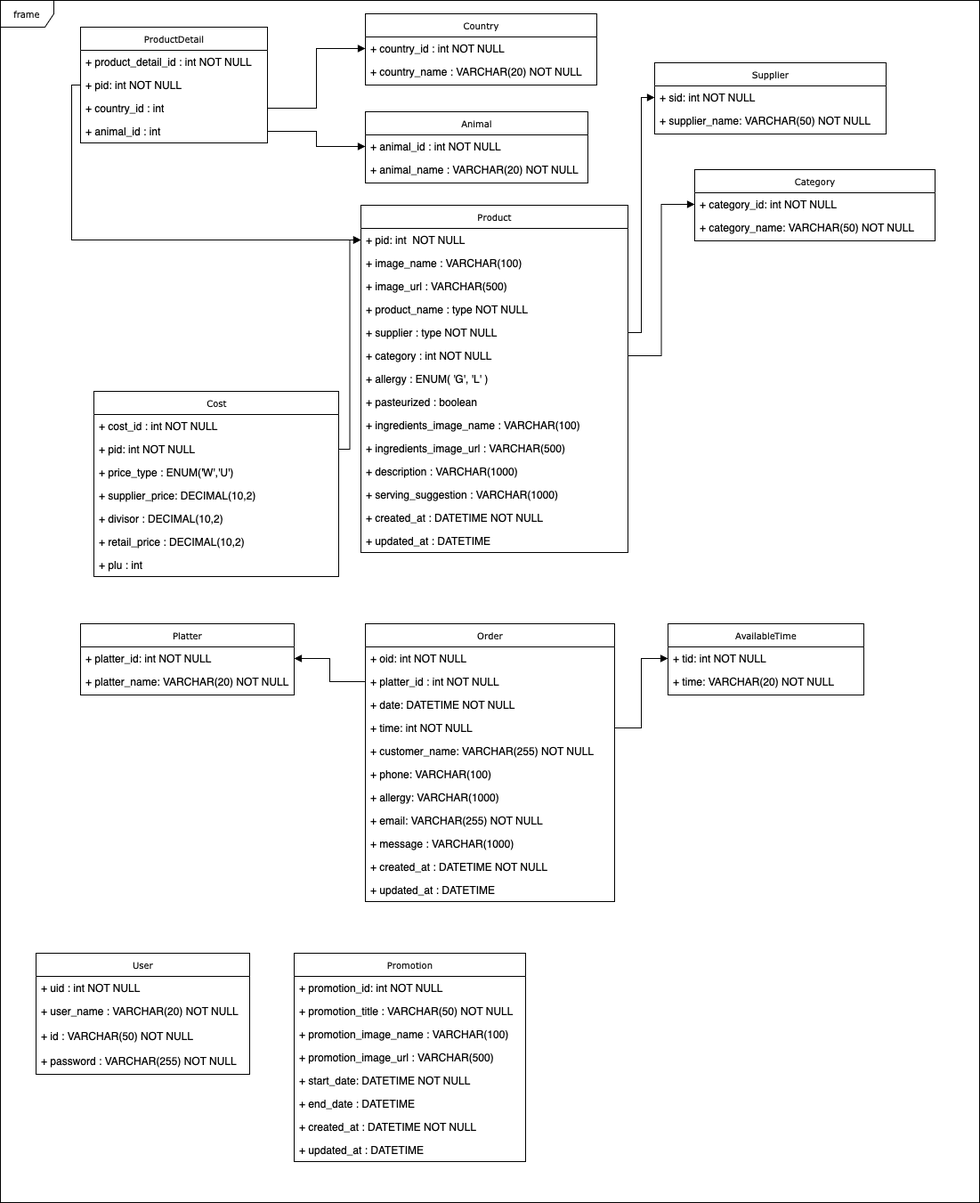
The draw.io diagram document/database-uml.drawio.png in Yunzoo01/linas-deli, before a commit. Source tidied: cells renumbered, new cells last; positions are measured from the earlier drawing's top-left corner, leaving out a move shared by most shapes.
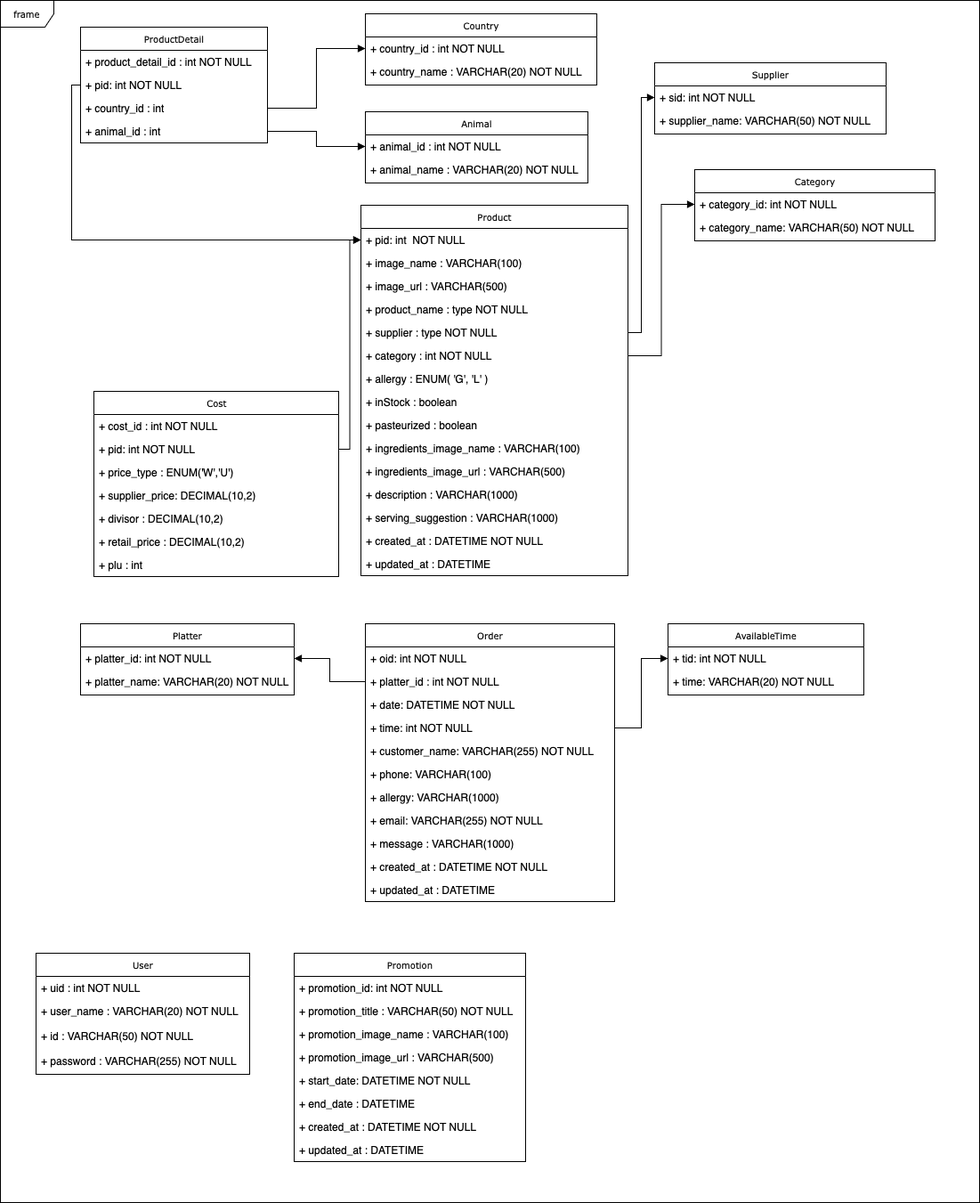
Later version of the same file.

The edit, as a diff of the source:
```diff
@@ -6,7 +6,7 @@
       <mxGeometry width="1100" height="1350" as="geometry" />
     </mxCell>
     <mxCell id="3" value="Product" style="swimlane;html=1;fontStyle=0;horizontal=1;startSize=26;fillColor=none;swimlaneFillColor=#ffffff;rounded=0;shadow=0;comic=0;labelBackgroundColor=none;strokeWidth=1;fontFamily=Verdana;fontSize=10;align=center;" parent="1" vertex="1">
-      <mxGeometry x="405" y="230" width="300" height="390" as="geometry" />
+      <mxGeometry x="405" y="230" width="300" height="416" as="geometry" />
     </mxCell>
     <mxCell id="4" value="+ pid: int &amp;nbsp;NOT NULL" style="text;html=1;strokeColor=none;fillColor=none;align=left;verticalAlign=top;spacingLeft=4;spacingRight=4;whiteSpace=wrap;overflow=hidden;points=[[0,0.5],[1,0.5]];portConstraint=eastwest;" parent="3" vertex="1">
       <mxGeometry y="26" width="300" height="26" as="geometry" />
@@ -29,26 +29,29 @@
     <mxCell id="10" value="+ allergy : ENUM( 'G', 'L' )&amp;nbsp;" style="text;html=1;strokeColor=none;fillColor=none;align=left;verticalAlign=top;spacingLeft=4;spacingRight=4;whiteSpace=wrap;overflow=hidden;" parent="3" vertex="1">
       <mxGeometry y="182" width="300" height="26" as="geometry" />
     </mxCell>
+    <mxCell id="83" value="+ inStock : boolean&lt;div&gt;&lt;br&gt;&lt;/div&gt;" style="text;html=1;strokeColor=none;fillColor=none;align=left;verticalAlign=top;spacingLeft=4;spacingRight=4;whiteSpace=wrap;overflow=hidden;" parent="3" vertex="1">
+      <mxGeometry y="208" width="300" height="26" as="geometry" />
+    </mxCell>
     <mxCell id="11" value="+ pasteurized : boolean&amp;nbsp;" style="text;html=1;strokeColor=none;fillColor=none;align=left;verticalAlign=top;spacingLeft=4;spacingRight=4;whiteSpace=wrap;overflow=hidden;" parent="3" vertex="1">
-      <mxGeometry y="208" width="300" height="26" as="geometry" />
+      <mxGeometry y="234" width="300" height="26" as="geometry" />
     </mxCell>
     <mxCell id="12" value="+ ingredients_image_name : VARCHAR(100)&amp;nbsp;" style="text;html=1;strokeColor=none;fillColor=none;align=left;verticalAlign=top;spacingLeft=4;spacingRight=4;whiteSpace=wrap;overflow=hidden;" parent="3" vertex="1">
-      <mxGeometry y="234" width="300" height="26" as="geometry" />
+      <mxGeometry y="260" width="300" height="26" as="geometry" />
     </mxCell>
     <mxCell id="13" value="+ ingredients_image_url : VARCHAR(500)&amp;nbsp;" style="text;html=1;strokeColor=none;fillColor=none;align=left;verticalAlign=top;spacingLeft=4;spacingRight=4;whiteSpace=wrap;overflow=hidden;" parent="3" vertex="1">
-      <mxGeometry y="260" width="300" height="26" as="geometry" />
+      <mxGeometry y="286" width="300" height="26" as="geometry" />
     </mxCell>
     <mxCell id="14" value="+ description : VARCHAR(1000)&amp;nbsp;" style="text;html=1;strokeColor=none;fillColor=none;align=left;verticalAlign=top;spacingLeft=4;spacingRight=4;whiteSpace=wrap;overflow=hidden;" parent="3" vertex="1">
-      <mxGeometry y="286" width="300" height="26" as="geometry" />
+      <mxGeometry y="312" width="300" height="26" as="geometry" />
     </mxCell>
     <mxCell id="15" value="+ serving_suggestion : VARCHAR(1000)&amp;nbsp;" style="text;html=1;strokeColor=none;fillColor=none;align=left;verticalAlign=top;spacingLeft=4;spacingRight=4;whiteSpace=wrap;overflow=hidden;" parent="3" vertex="1">
-      <mxGeometry y="312" width="300" height="26" as="geometry" />
+      <mxGeometry y="338" width="300" height="26" as="geometry" />
     </mxCell>
     <mxCell id="16" value="+ created_at : DATETIME NOT NULL" style="text;html=1;strokeColor=none;fillColor=none;align=left;verticalAlign=top;spacingLeft=4;spacingRight=4;whiteSpace=wrap;overflow=hidden;" parent="3" vertex="1">
-      <mxGeometry y="338" width="300" height="26" as="geometry" />
+      <mxGeometry y="364" width="300" height="26" as="geometry" />
     </mxCell>
     <mxCell id="17" value="+ updated_at : DATETIME&amp;nbsp;" style="text;html=1;strokeColor=none;fillColor=none;align=left;verticalAlign=top;spacingLeft=4;spacingRight=4;whiteSpace=wrap;overflow=hidden;" parent="3" vertex="1">
-      <mxGeometry y="364" width="300" height="26" as="geometry" />
+      <mxGeometry y="390" width="300" height="26" as="geometry" />
     </mxCell>
     <mxCell id="18" value="Cost" style="swimlane;html=1;fontStyle=0;horizontal=1;startSize=26;fillColor=none;swimlaneFillColor=#ffffff;rounded=0;shadow=0;comic=0;labelBackgroundColor=none;strokeWidth=1;fontFamily=Verdana;fontSize=10;align=center;" parent="1" vertex="1">
       <mxGeometry x="105" y="439" width="275" height="208" as="geometry" />
```
